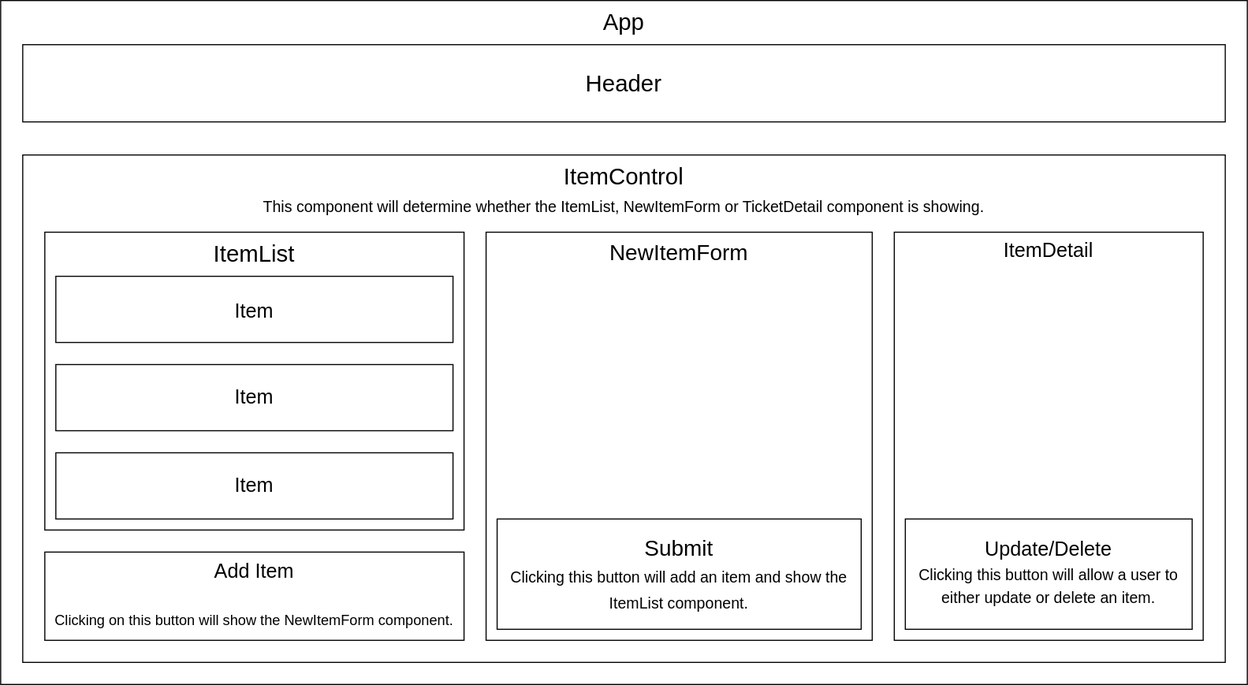
This is Merch_Site_Diagram.drawio.svg from besure94/merch-site, a draw.io export, as it was before one commit. Source tidied: cells renumbered, new cells last; positions are measured from the earlier drawing's top-left corner, leaving out a move shared by most shapes.
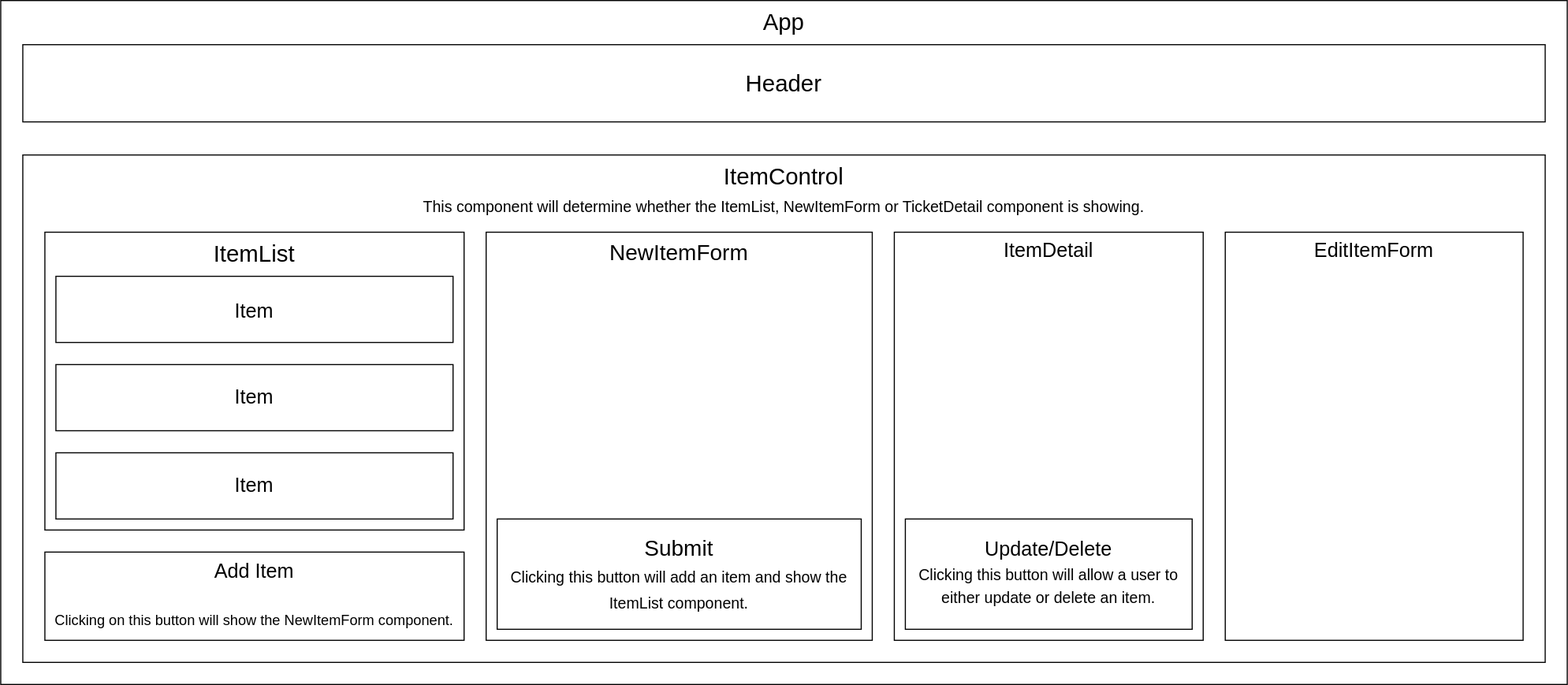
The same diagram one commit later.

Commit message:
Update diagram to include EditItemForm component.

What changed in the source:
```diff
@@ -3,13 +3,13 @@
     <mxCell id="0" />
     <mxCell id="1" parent="0" />
     <mxCell id="2" value="&lt;font style=&quot;font-size: 21px;&quot;&gt;App&lt;/font&gt;" style="rounded=0;whiteSpace=wrap;html=1;verticalAlign=top;" parent="1" vertex="1">
-      <mxGeometry width="1130" height="620" as="geometry" />
+      <mxGeometry width="1420" height="620" as="geometry" />
     </mxCell>
     <mxCell id="3" value="Header" style="rounded=0;whiteSpace=wrap;html=1;fontSize=21;" parent="1" vertex="1">
-      <mxGeometry x="20" y="40" width="1090" height="70" as="geometry" />
+      <mxGeometry x="20" y="40" width="1380" height="70" as="geometry" />
     </mxCell>
     <mxCell id="4" value="ItemControl&lt;br&gt;&lt;font style=&quot;font-size: 14px;&quot;&gt;This component will determine whether the ItemList, NewItemForm or TicketDetail component is showing.&lt;/font&gt;" style="rounded=0;whiteSpace=wrap;html=1;fontSize=21;verticalAlign=top;" parent="1" vertex="1">
-      <mxGeometry x="20" y="140" width="1090" height="460" as="geometry" />
+      <mxGeometry x="20" y="140" width="1380" height="460" as="geometry" />
     </mxCell>
     <mxCell id="5" value="&lt;font style=&quot;font-size: 21px;&quot;&gt;ItemList&lt;/font&gt;" style="rounded=0;whiteSpace=wrap;html=1;fontSize=14;verticalAlign=top;" parent="1" vertex="1">
       <mxGeometry x="40" y="210" width="380" height="270" as="geometry" />
@@ -38,5 +38,8 @@
     <mxCell id="13" value="Update/Delete&lt;br&gt;&lt;font style=&quot;font-size: 14px;&quot;&gt;Clicking this button will allow a user to either update or delete an item.&lt;/font&gt;" style="rounded=0;whiteSpace=wrap;html=1;fontSize=18;" parent="1" vertex="1">
       <mxGeometry x="820" y="470" width="260" height="100" as="geometry" />
     </mxCell>
+    <mxCell id="14" value="&lt;font style=&quot;font-size: 18px;&quot;&gt;EditItemForm&lt;br&gt;&lt;br&gt;&lt;/font&gt;" style="rounded=0;whiteSpace=wrap;html=1;fontSize=14;verticalAlign=top;" parent="1" vertex="1">
+      <mxGeometry x="1110" y="210" width="270" height="370" as="geometry" />
+    </mxCell>
   </root>
 </mxGraphModel>
```
